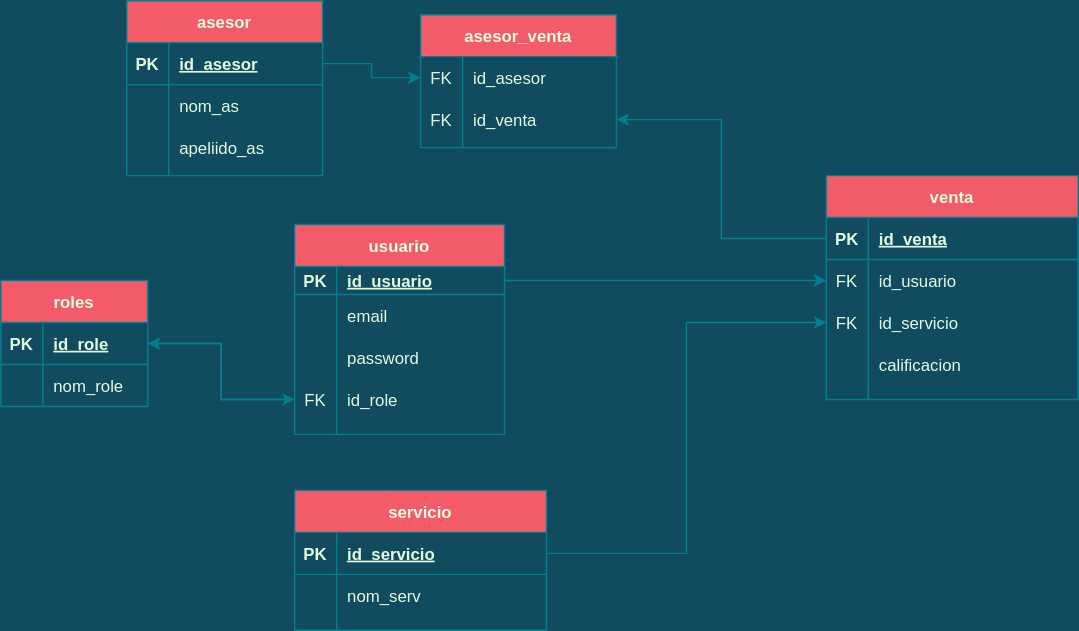
Earlier version of the draw.io export database/diseño_DB.svg (Eric-Alarcon441/modulo-postventa). Source tidied: cells renumbered, new cells last; positions are measured from the earlier drawing's top-left corner, leaving out a move shared by most shapes.
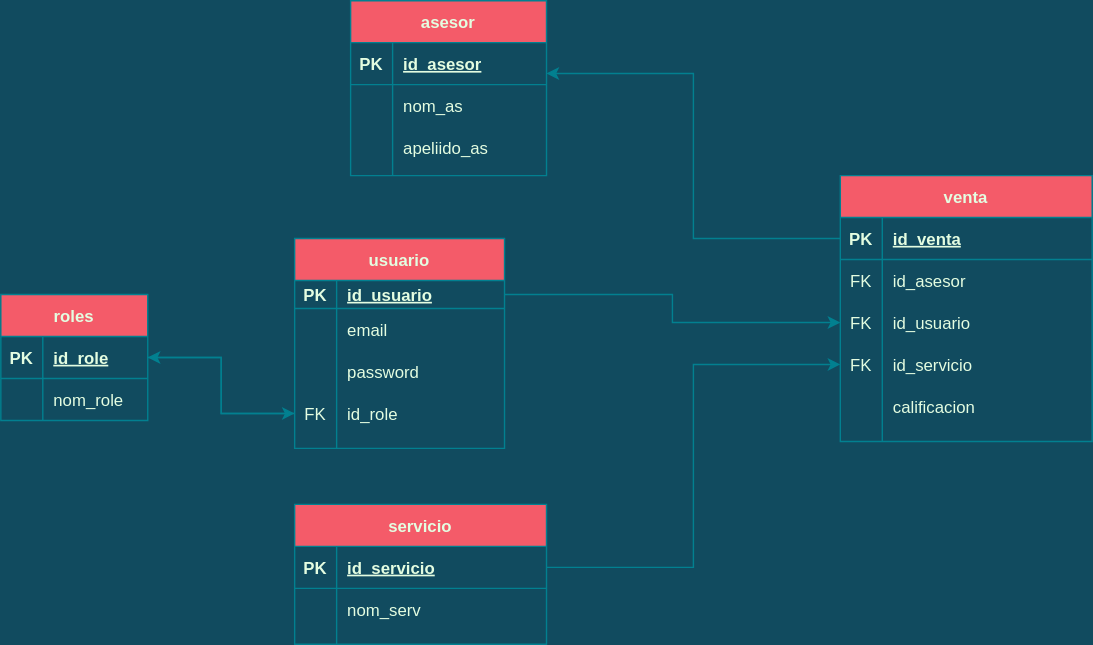
Later version of the same file.

What changed in the source:
```diff
@@ -42,7 +42,7 @@
       <mxGeometry x="30" width="120" height="30" as="geometry" />
     </mxCell>
     <mxCell id="15" value="asesor" style="shape=table;startSize=30;rowLines=0;fontStyle=1;align=center;fillColor=#F45B69;strokeColor=#028090;fontColor=#E4FDE1;" parent="1" vertex="1">
-      <mxGeometry x="90" width="140" height="125" as="geometry" />
+      <mxGeometry x="250" y="-10" width="140" height="125" as="geometry" />
     </mxCell>
     <mxCell id="16" style="shape=partialRectangle;fillColor=none;top=0;left=0;bottom=1;right=0;points=[[0,0.5],[1,0.5]];portConstraint=eastwest;strokeColor=#028090;fontColor=#E4FDE1;" parent="15" vertex="1">
       <mxGeometry y="30" width="140" height="30" as="geometry" />
@@ -114,7 +114,7 @@
       <mxGeometry x="30" width="150" height="30" as="geometry" />
     </mxCell>
     <mxCell id="39" value="venta" style="shape=table;startSize=30;rowLines=0;fontStyle=1;align=center;fillColor=#F45B69;strokeColor=#028090;fontColor=#E4FDE1;" parent="1" vertex="1">
-      <mxGeometry x="590" y="125" width="180" height="160" as="geometry" />
+      <mxGeometry x="600" y="115" width="180" height="190" as="geometry" />
     </mxCell>
     <mxCell id="40" style="shape=partialRectangle;fillColor=none;top=0;left=0;bottom=1;right=0;points=[[0,0.5],[1,0.5]];portConstraint=eastwest;strokeColor=#028090;fontColor=#E4FDE1;" parent="39" vertex="1">
       <mxGeometry y="30" width="180" height="30" as="geometry" />
@@ -125,8 +125,17 @@
     <mxCell id="42" value="id_venta" style="shape=partialRectangle;fillColor=none;top=0;left=0;bottom=0;right=0;align=left;spacingLeft=6;fontStyle=5;overflow=hidden;strokeColor=#028090;fontColor=#E4FDE1;" parent="40" vertex="1">
       <mxGeometry x="30" width="150" height="30" as="geometry" />
     </mxCell>
+    <mxCell id="65" style="shape=partialRectangle;fillColor=none;top=0;left=0;bottom=0;right=0;strokeColor=#028090;fontColor=#E4FDE1;" parent="39" vertex="1">
+      <mxGeometry y="60" width="180" height="30" as="geometry" />
+    </mxCell>
+    <mxCell id="66" value="FK" style="shape=partialRectangle;fillColor=none;top=0;left=0;bottom=0;right=0;overflow=hidden;strokeColor=#028090;fontColor=#E4FDE1;" parent="65" vertex="1">
+      <mxGeometry width="30" height="30" as="geometry" />
+    </mxCell>
+    <mxCell id="55" value="id_asesor" style="shape=partialRectangle;fillColor=none;top=0;left=0;bottom=0;right=0;align=left;spacingLeft=6;overflow=hidden;strokeColor=#028090;fontColor=#E4FDE1;" parent="65" vertex="1">
+      <mxGeometry x="30" width="150" height="30" as="geometry" />
+    </mxCell>
     <mxCell id="43" style="shape=partialRectangle;fillColor=none;top=0;left=0;bottom=0;right=0;points=[[0,0.5],[1,0.5]];portConstraint=eastwest;strokeColor=#028090;fontColor=#E4FDE1;" parent="39" vertex="1">
-      <mxGeometry y="60" width="180" height="30" as="geometry" />
+      <mxGeometry y="90" width="180" height="30" as="geometry" />
     </mxCell>
     <mxCell id="44" value="FK" style="shape=partialRectangle;fillColor=none;top=0;left=0;bottom=0;right=0;overflow=hidden;strokeColor=#028090;fontColor=#E4FDE1;" parent="43" vertex="1">
       <mxGeometry width="30" height="30" as="geometry" />
@@ -135,7 +144,7 @@
       <mxGeometry x="30" width="150" height="30" as="geometry" />
     </mxCell>
     <mxCell id="46" style="shape=partialRectangle;fillColor=none;top=0;left=0;bottom=0;right=0;points=[[0,0.5],[1,0.5]];portConstraint=eastwest;strokeColor=#028090;fontColor=#E4FDE1;" parent="39" vertex="1">
-      <mxGeometry y="90" width="180" height="30" as="geometry" />
+      <mxGeometry y="120" width="180" height="30" as="geometry" />
     </mxCell>
     <mxCell id="47" value="FK" style="shape=partialRectangle;fillColor=none;top=0;left=0;bottom=0;right=0;overflow=hidden;strokeColor=#028090;fontColor=#E4FDE1;" parent="46" vertex="1">
       <mxGeometry width="30" height="30" as="geometry" />
@@ -144,7 +153,7 @@
       <mxGeometry x="30" width="150" height="30" as="geometry" />
     </mxCell>
     <mxCell id="49" style="shape=partialRectangle;fillColor=none;top=0;left=0;bottom=0;right=0;strokeColor=#028090;fontColor=#E4FDE1;" parent="39" vertex="1">
-      <mxGeometry y="120" width="180" height="30" as="geometry" />
+      <mxGeometry y="150" width="180" height="30" as="geometry" />
     </mxCell>
     <mxCell id="50" style="shape=partialRectangle;fillColor=none;top=0;left=0;bottom=0;right=0;overflow=hidden;strokeColor=#028090;fontColor=#E4FDE1;" parent="49" vertex="1">
       <mxGeometry width="30" height="30" as="geometry" />
@@ -152,37 +161,13 @@
     <mxCell id="51" value="calificacion" style="shape=partialRectangle;fillColor=none;top=0;left=0;bottom=0;right=0;align=left;spacingLeft=6;overflow=hidden;strokeColor=#028090;fontColor=#E4FDE1;" parent="49" vertex="1">
       <mxGeometry x="30" width="150" height="30" as="geometry" />
     </mxCell>
-    <mxCell id="52" value="asesor_venta" style="shape=table;startSize=30;rowLines=0;fontStyle=1;align=center;fillColor=#F45B69;strokeColor=#028090;fontColor=#E4FDE1;" parent="1" vertex="1">
-      <mxGeometry x="300" y="10" width="140" height="95" as="geometry" />
-    </mxCell>
-    <mxCell id="53" style="shape=partialRectangle;fillColor=none;top=0;left=0;bottom=0;right=0;points=[[0,0.5],[1,0.5]];portConstraint=eastwest;strokeColor=#028090;fontColor=#E4FDE1;" parent="52" vertex="1">
-      <mxGeometry y="30" width="140" height="30" as="geometry" />
-    </mxCell>
-    <mxCell id="54" value="FK" style="shape=partialRectangle;fillColor=none;top=0;left=0;bottom=0;right=0;overflow=hidden;strokeColor=#028090;fontColor=#E4FDE1;" parent="53" vertex="1">
-      <mxGeometry width="30" height="30" as="geometry" />
-    </mxCell>
-    <mxCell id="55" value="id_asesor" style="shape=partialRectangle;fillColor=none;top=0;left=0;bottom=0;right=0;align=left;spacingLeft=6;overflow=hidden;strokeColor=#028090;fontColor=#E4FDE1;" parent="53" vertex="1">
-      <mxGeometry x="30" width="110" height="30" as="geometry" />
-    </mxCell>
-    <mxCell id="56" style="shape=partialRectangle;fillColor=none;top=0;left=0;bottom=0;right=0;points=[[0,0.5],[1,0.5]];portConstraint=eastwest;strokeColor=#028090;fontColor=#E4FDE1;" parent="52" vertex="1">
-      <mxGeometry y="60" width="140" height="30" as="geometry" />
-    </mxCell>
-    <mxCell id="57" value="FK" style="shape=partialRectangle;fillColor=none;top=0;left=0;bottom=0;right=0;overflow=hidden;strokeColor=#028090;fontColor=#E4FDE1;" parent="56" vertex="1">
-      <mxGeometry width="30" height="30" as="geometry" />
-    </mxCell>
-    <mxCell id="58" value="id_venta" style="shape=partialRectangle;fillColor=none;top=0;left=0;bottom=0;right=0;align=left;spacingLeft=6;overflow=hidden;strokeColor=#028090;fontColor=#E4FDE1;" parent="56" vertex="1">
-      <mxGeometry x="30" width="110" height="30" as="geometry" />
-    </mxCell>
     <mxCell id="59" style="edgeStyle=orthogonalEdgeStyle;rounded=0;jettySize=auto;html=1;exitX=1;exitY=0.5;exitDx=0;exitDy=0;entryX=0;entryY=0.5;entryDx=0;entryDy=0;strokeColor=#028090;fontColor=#E4FDE1;labelBackgroundColor=#114B5F;" parent="1" edge="1" source="26" target="12">
       <mxGeometry relative="1" as="geometry" />
     </mxCell>
     <mxCell id="60" style="edgeStyle=orthogonalEdgeStyle;rounded=0;jettySize=auto;html=1;exitX=0;exitY=0.5;exitDx=0;exitDy=0;entryX=1;entryY=0.5;entryDx=0;entryDy=0;strokeColor=#028090;fontColor=#E4FDE1;labelBackgroundColor=#114B5F;" parent="1" edge="1" source="12" target="26">
       <mxGeometry relative="1" as="geometry" />
     </mxCell>
-    <mxCell id="61" style="edgeStyle=orthogonalEdgeStyle;rounded=0;jettySize=auto;html=1;exitX=1;exitY=0.5;exitDx=0;exitDy=0;entryX=0;entryY=0.5;entryDx=0;entryDy=0;strokeColor=#028090;fontColor=#E4FDE1;labelBackgroundColor=#114B5F;" parent="1" edge="1" source="16" target="53">
-      <mxGeometry relative="1" as="geometry" />
-    </mxCell>
-    <mxCell id="62" style="edgeStyle=orthogonalEdgeStyle;rounded=0;jettySize=auto;html=1;exitX=0;exitY=0.5;exitDx=0;exitDy=0;entryX=1;entryY=0.5;entryDx=0;entryDy=0;strokeColor=#028090;fontColor=#E4FDE1;labelBackgroundColor=#114B5F;" parent="1" edge="1" source="40" target="56">
+    <mxCell id="62" style="edgeStyle=orthogonalEdgeStyle;rounded=0;jettySize=auto;html=1;exitX=0;exitY=0.5;exitDx=0;exitDy=0;entryX=1;entryY=0.733;entryDx=0;entryDy=0;strokeColor=#028090;fontColor=#E4FDE1;labelBackgroundColor=#114B5F;entryPerimeter=0;" parent="1" edge="1" source="40" target="16">
       <mxGeometry relative="1" as="geometry" />
     </mxCell>
     <mxCell id="63" style="edgeStyle=orthogonalEdgeStyle;rounded=0;jettySize=auto;html=1;exitX=1;exitY=0.5;exitDx=0;exitDy=0;entryX=0;entryY=0.5;entryDx=0;entryDy=0;strokeColor=#028090;fontColor=#E4FDE1;labelBackgroundColor=#114B5F;" parent="1" edge="1" source="33" target="46">
```
